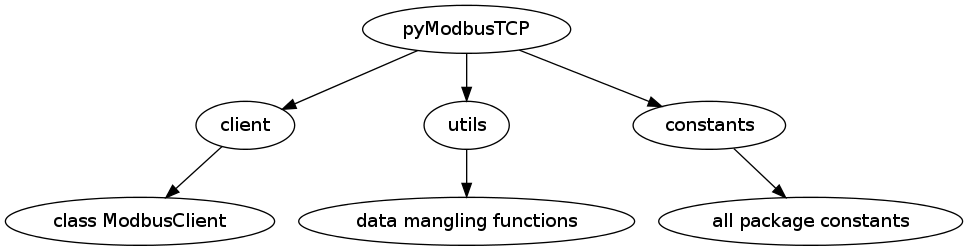
Earlier version of the Graphviz export sphinx/source/quickstart/map.png (sourceperl/pyModbusTCP). Its source is kept beside it as sphinx/source/quickstart/map.dot. The source it was exported from:
```dot
/*
generate pyModbusTCP map as PNG
(need sudo apt-get install graphviz)

command:
dot -Tpng map.dot > map.png
*/

digraph pyModbusTCP_map {
    "pyModbusTCP" -> "client";
    "pyModbusTCP" -> "utils";
    "pyModbusTCP" -> "constants";
    "client"      -> "class ModbusClient";
    "utils"       -> "data mangling functions";
    "constants"   -> "all package constants";
}
```
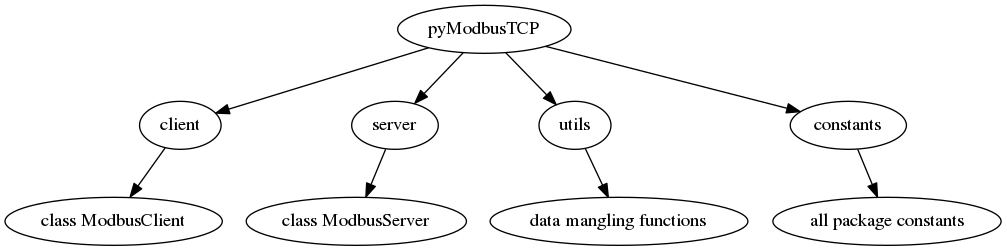
After the change.

Change to the diagram source:
```diff
@@ -8,9 +8,11 @@
 
 digraph pyModbusTCP_map {
     "pyModbusTCP" -> "client";
+    "pyModbusTCP" -> "server";
     "pyModbusTCP" -> "utils";
     "pyModbusTCP" -> "constants";
     "client"      -> "class ModbusClient";
+    "server"      -> "class ModbusServer";
     "utils"       -> "data mangling functions";
     "constants"   -> "all package constants";
 }
```
